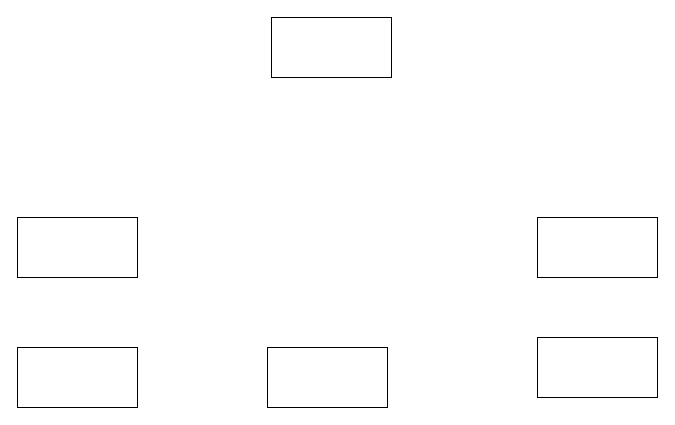
Before: Biểu đồ không có tiêu đề.drawio in InfiniteByte1811/branch1, a draw.io diagram. Source tidied: cells renumbered, new cells numbered last; positions are measured from the earlier drawing's top-left corner, leaving out a move shared by most shapes. Both pictures are drawn from the tidied source at 100%, with x=0, y=0 at pixel (17, 17).
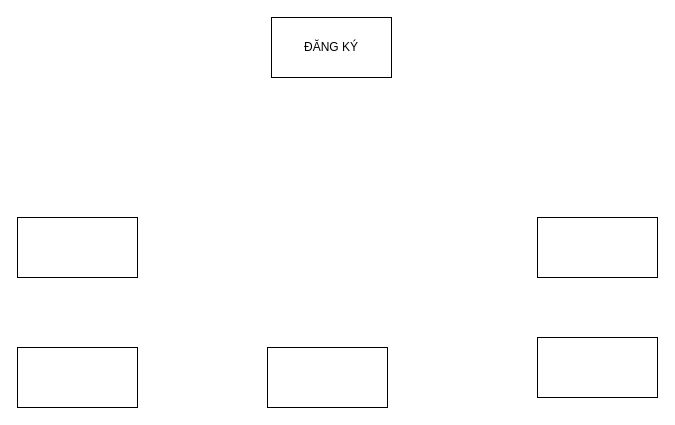
After the change.

Commit message (it also covers changes not shown here):
Cập nhật Biểu đồ không có tiêu đề.drawio

Diff of the diagram source:
```diff
@@
 <mxGraphModel>
   <root>
     <mxCell id="0" />
     <mxCell id="1" parent="0" />
-    <mxCell id="2" style="rounded=0;whiteSpace=wrap;html=1;" parent="1" vertex="1">
+    <mxCell id="2" value="ĐĂNG KÝ" style="rounded=0;whiteSpace=wrap;html=1;" parent="1" vertex="1">
       <mxGeometry x="254" width="120" height="60" as="geometry" />
     </mxCell>
     <mxCell id="3" style="rounded=0;whiteSpace=wrap;html=1;" parent="1" vertex="1">
       <mxGeometry x="250" y="330" width="120" height="60" as="geometry" />
     </mxCell>
     <mxCell id="4" style="rounded=0;whiteSpace=wrap;html=1;" parent="1" vertex="1">
       <mxGeometry x="520" y="320" width="120" height="60" as="geometry" />
     </mxCell>
     <mxCell id="5" style="rounded=0;whiteSpace=wrap;html=1;" parent="1" vertex="1">
       <mxGeometry y="330" width="120" height="60" as="geometry" />
     </mxCell>
     <mxCell id="6" style="rounded=0;whiteSpace=wrap;html=1;" parent="1" vertex="1">
       <mxGeometry y="200" width="120" height="60" as="geometry" />
     </mxCell>
     <mxCell id="7" style="rounded=0;whiteSpace=wrap;html=1;" parent="1" vertex="1">
       <mxGeometry x="520" y="200" width="120" height="60" as="geometry" />
     </mxCell>
   </root>
 </mxGraphModel>
```
